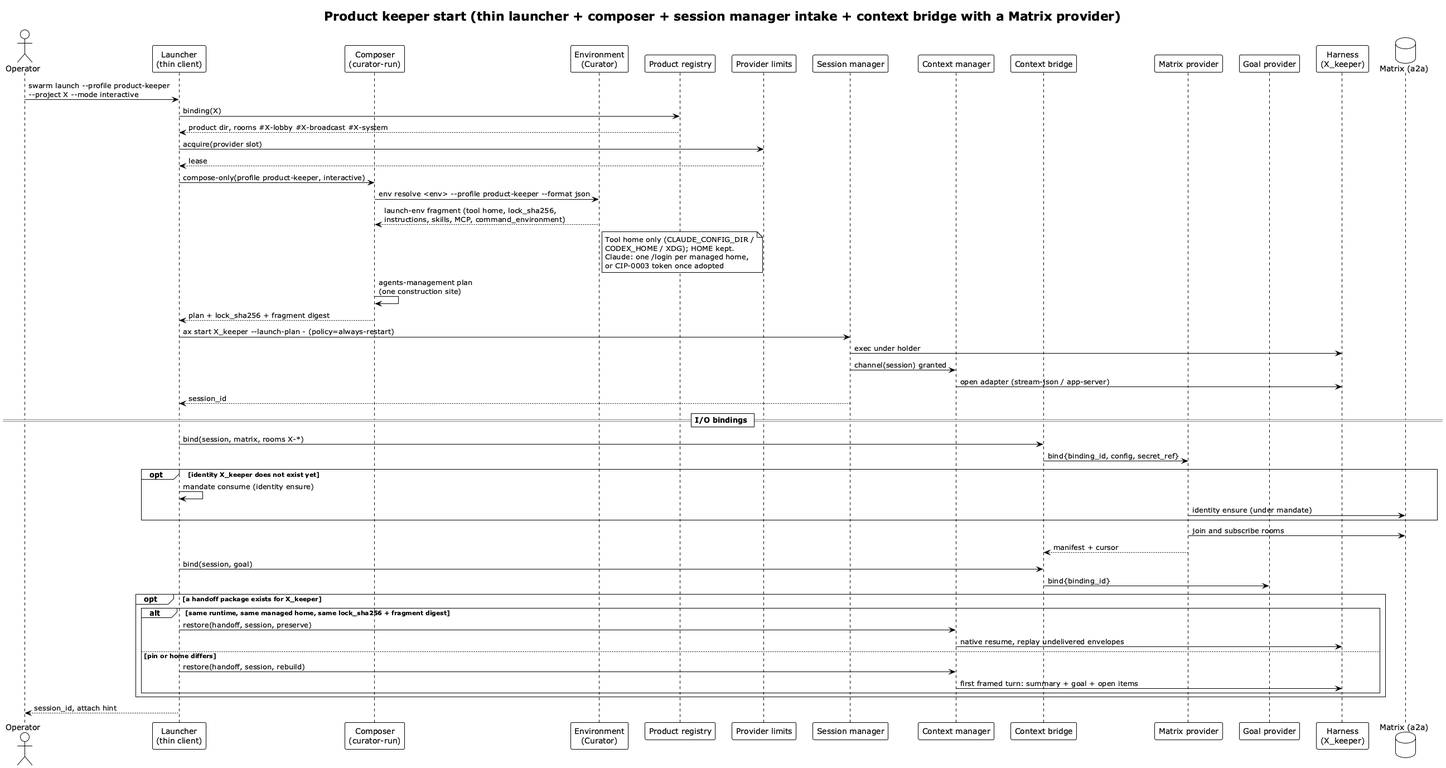
The PlantUML diagram diagrams/artefacts/plantuml/keeper-start.png in relux-works/swarm-platform-architecture, before a commit.
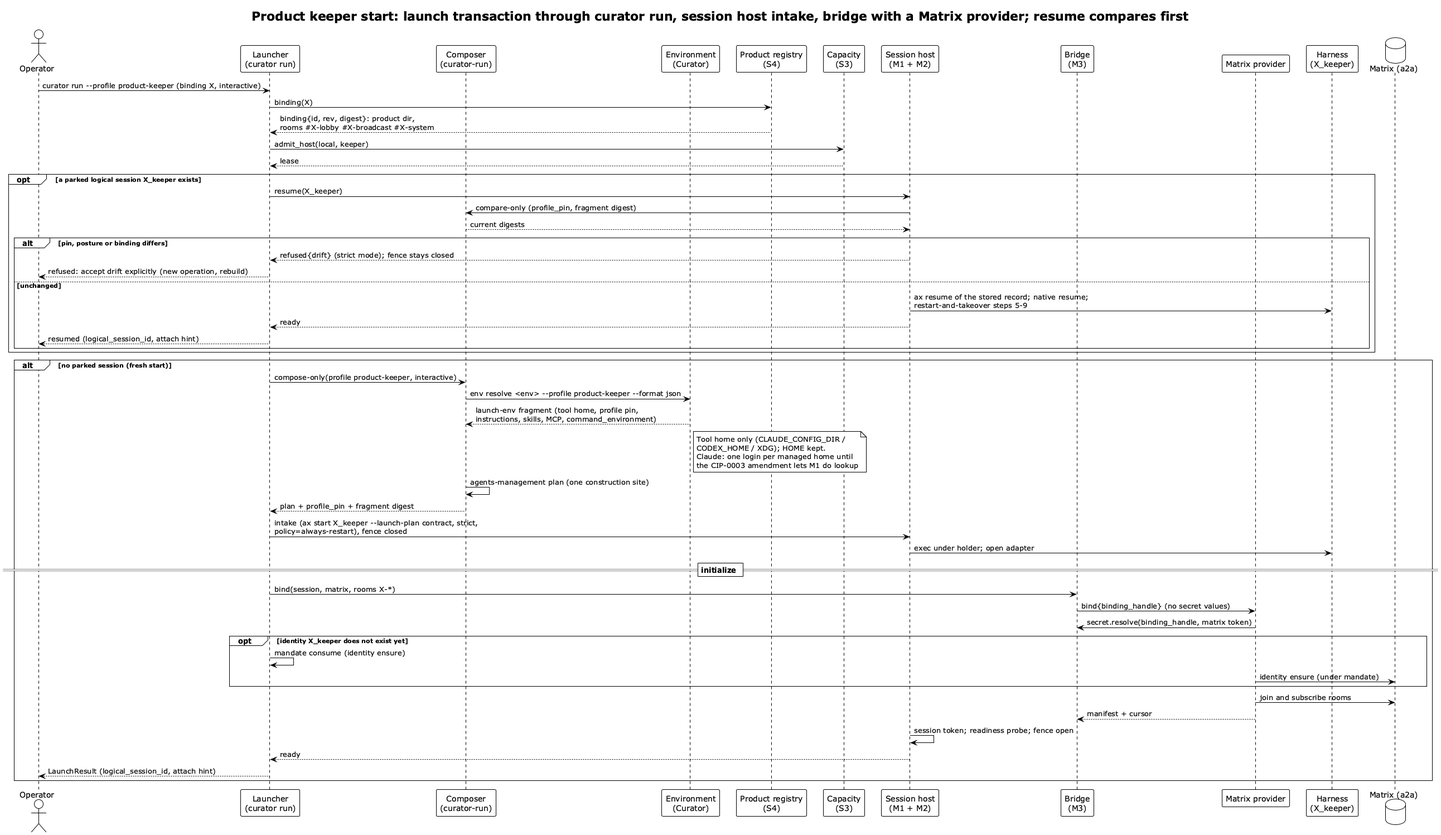
The same diagram one commit later.

What changed in the source:
```diff
@@ -1,64 +1,66 @@
 @startuml keeper-start
 !theme plain
-title Product keeper start (thin launcher + composer + session manager intake + context bridge with a Matrix provider)
+title Product keeper start: launch transaction through curator run, session host intake, bridge with a Matrix provider; resume compares first
 
 actor "Operator" as Op
-participant "Launcher\n(thin client)" as L
+participant "Launcher\n(curator run)" as L
 participant "Composer\n(curator-run)" as C
 participant "Environment\n(Curator)" as Env
-participant "Product registry" as Reg
-participant "Provider limits" as Lim
-participant "Session manager" as SM
-participant "Context manager" as CM
-participant "Context bridge" as BR
+participant "Product registry\n(S4)" as Reg
+participant "Capacity\n(S3)" as Cap
+participant "Session host\n(M1 + M2)" as SH
+participant "Bridge\n(M3)" as BR
 participant "Matrix provider" as MP
-participant "Goal provider" as GP
 participant "Harness\n(X_keeper)" as H
 database "Matrix (a2a)" as MX
 
-Op -> L: swarm launch ~--profile product-keeper\n~--project X ~--mode interactive
+Op -> L: curator run ~--profile product-keeper (binding X, interactive)
 L -> Reg: binding(X)
-Reg --> L: product dir, rooms #X-lobby #X-broadcast #X-system
-L -> Lim: acquire(provider slot)
-Lim --> L: lease
-L -> C: compose-only(profile product-keeper, interactive)
-C -> Env: env resolve <env> ~--profile product-keeper ~--format json
-Env --> C: launch-env fragment (tool home, lock_sha256,\ninstructions, skills, MCP, command_environment)
-note right of Env
-  Tool home only (CLAUDE_CONFIG_DIR /
-  CODEX_HOME / XDG); HOME kept.
-  Claude: one /login per managed home,
-  or CIP-0003 token once adopted
-end note
-C -> C: agents-management plan\n(one construction site)
-C --> L: plan + lock_sha256 + fragment digest
-L -> SM: ax start X_keeper ~--launch-plan - (policy=always-restart)
-SM -> H: exec under holder
-SM -> CM: channel(session) granted
-CM -> H: open adapter (stream-json / app-server)
-SM --> L: session_id
+Reg --> L: binding{id, rev, digest}: product dir,\nrooms #X-lobby #X-broadcast #X-system
+L -> Cap: admit_host(local, keeper)
+Cap --> L: lease
 
-== I/O bindings ==
-L -> BR: bind(session, matrix, rooms X-*)
-BR -> MP: bind{binding_id, config, secret_ref}
-opt identity X_keeper does not exist yet
-  L -> L: mandate consume (identity ensure)
-  MP -> MX: identity ensure (under mandate)
-end
-MP -> MX: join and subscribe rooms
-MP --> BR: manifest + cursor
-L -> BR: bind(session, goal)
-BR -> GP: bind{binding_id}
-
-opt a handoff package exists for X_keeper
-  alt same runtime, same managed home, same lock_sha256 + fragment digest
-    L -> CM: restore(handoff, session, preserve)
-    CM -> H: native resume, replay undelivered envelopes
-  else pin or home differs
-    L -> CM: restore(handoff, session, rebuild)
-    CM -> H: first framed turn: summary + goal + open items
+opt a parked logical session X_keeper exists
+  L -> SH: resume(X_keeper)
+  SH -> C: compare-only (profile_pin, fragment digest)
+  C --> SH: current digests
+  alt pin, posture or binding differs
+    SH --> L: refused{drift} (strict mode); fence stays closed
+    L --> Op: refused: accept drift explicitly (new operation, rebuild)
+  else unchanged
+    SH -> H: ax resume of the stored record; native resume;\nrestart-and-takeover steps 5-9
+    SH --> L: ready
+    L --> Op: resumed (logical_session_id, attach hint)
   end
 end
 
-L --> Op: session_id, attach hint
+alt no parked session (fresh start)
+  L -> C: compose-only(profile product-keeper, interactive)
+  C -> Env: env resolve <env> ~--profile product-keeper ~--format json
+  Env --> C: launch-env fragment (tool home, profile pin,\ninstructions, skills, MCP, command_environment)
+  note right of Env
+    Tool home only (CLAUDE_CONFIG_DIR /
+    CODEX_HOME / XDG); HOME kept.
+    Claude: one login per managed home until
+    the CIP-0003 amendment lets M1 do lookup
+  end note
+  C -> C: agents-management plan (one construction site)
+  C --> L: plan + profile_pin + fragment digest
+  L -> SH: intake (ax start X_keeper ~--launch-plan contract, strict,\npolicy=always-restart), fence closed
+  SH -> H: exec under holder; open adapter
+
+  == initialize ==
+  L -> BR: bind(session, matrix, rooms X-*)
+  BR -> MP: bind{binding_handle} (no secret values)
+  MP -> BR: secret.resolve(binding_handle, matrix token)
+  opt identity X_keeper does not exist yet
+    L -> L: mandate consume (identity ensure)
+    MP -> MX: identity ensure (under mandate)
+  end
+  MP -> MX: join and subscribe rooms
+  MP --> BR: manifest + cursor
+  SH -> SH: session token; readiness probe; fence open
+  SH --> L: ready
+  L --> Op: LaunchResult (logical_session_id, attach hint)
+end
 @enduml
```
